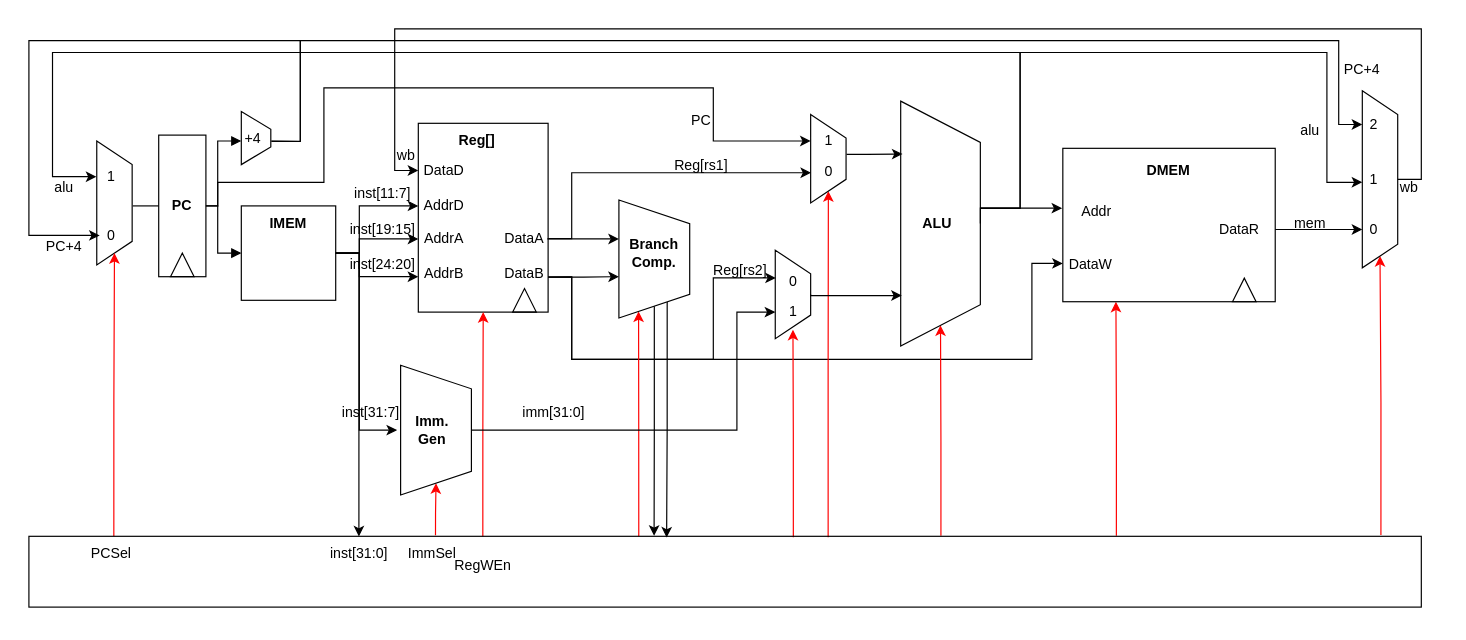
The draw.io diagram floating-point notes Diagram.drawio in Katharine-0331/files, before the edit. Source tidied: cells renumbered, new cells numbered last; positions are measured from the earlier drawing's top-left corner, leaving out a move shared by most shapes. Both pictures are drawn from the tidied source at 118%, with x=0, y=0 at pixel (28, 28).
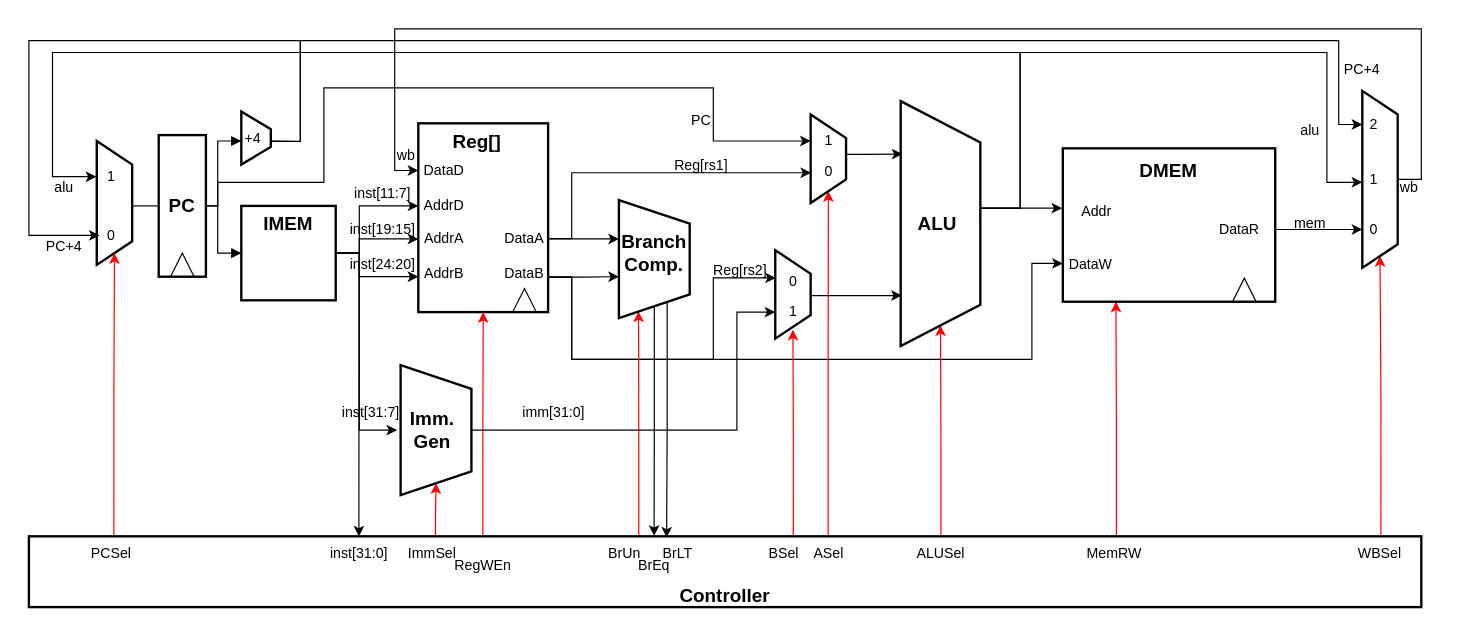
After the change.

The edit, as a diff of the source:
```diff
@@
-    <mxCell id="2" style="shape=trapezoid;perimeter=trapezoidPerimeter;whiteSpace=wrap;html=1;fixedSize=1;rotation=90;" parent="1" vertex="1">
+    <mxCell id="2" style="shape=trapezoid;perimeter=trapezoidPerimeter;whiteSpace=wrap;html=1;fixedSize=1;rotation=90;strokeWidth=2;" parent="1" vertex="1">
       <mxGeometry x="20" y="132.5" width="105" height="30" as="geometry" />
     </mxCell>
@@
-    <mxCell id="6" value="&lt;div style=&quot;direction: ltr&quot;&gt;&lt;b&gt;PC&lt;/b&gt;&lt;/div&gt;" style="rounded=0;whiteSpace=wrap;html=1;rotation=0;fillColor=none;" parent="1" vertex="1">
+    <mxCell id="6" value="&lt;div style=&quot;direction: ltr&quot;&gt;&lt;b&gt;&lt;font style=&quot;font-size: 16px&quot;&gt;PC&lt;/font&gt;&lt;/b&gt;&lt;/div&gt;" style="rounded=0;whiteSpace=wrap;html=1;rotation=0;fillColor=none;strokeWidth=2;" parent="1" vertex="1">
       <mxGeometry x="110" y="90" width="40" height="120" as="geometry" />
     </mxCell>
@@
-    <mxCell id="8" style="shape=trapezoid;perimeter=trapezoidPerimeter;whiteSpace=wrap;html=1;fixedSize=1;fillColor=none;rotation=90;size=15;" parent="1" vertex="1">
+    <mxCell id="8" style="shape=trapezoid;perimeter=trapezoidPerimeter;whiteSpace=wrap;html=1;fixedSize=1;fillColor=none;rotation=90;size=15;strokeWidth=2;" parent="1" vertex="1">
       <mxGeometry x="170" y="80" width="45" height="25" as="geometry" />
     </mxCell>
@@
-    <mxCell id="17" style="rounded=0;whiteSpace=wrap;html=1;fillColor=none;" parent="1" vertex="1">
+    <mxCell id="17" style="rounded=0;whiteSpace=wrap;html=1;fillColor=none;strokeWidth=2;" parent="1" vertex="1">
       <mxGeometry x="180" y="150" width="80" height="80" as="geometry" />
     </mxCell>
-    <mxCell id="18" value="&lt;b&gt;IMEM&lt;/b&gt;" style="text;html=1;strokeColor=none;fillColor=none;align=center;verticalAlign=middle;whiteSpace=wrap;rounded=0;" parent="1" vertex="1">
+    <mxCell id="18" value="&lt;b&gt;&lt;font style=&quot;font-size: 16px&quot;&gt;IMEM&lt;/font&gt;&lt;/b&gt;" style="text;html=1;strokeColor=none;fillColor=none;align=center;verticalAlign=middle;whiteSpace=wrap;rounded=0;" parent="1" vertex="1">
       <mxGeometry x="190" y="150" width="60" height="30" as="geometry" />
     </mxCell>
@@
-    <mxCell id="24" style="rounded=0;whiteSpace=wrap;html=1;fillColor=none;" parent="1" vertex="1">
+    <mxCell id="24" style="rounded=0;whiteSpace=wrap;html=1;fillColor=none;strokeWidth=2;" parent="1" vertex="1">
       <mxGeometry x="330" y="80" width="110" height="160" as="geometry" />
     </mxCell>
@@
-    <mxCell id="26" value="&lt;b&gt;Reg[]&lt;/b&gt;" style="text;html=1;strokeColor=none;fillColor=none;align=center;verticalAlign=middle;whiteSpace=wrap;rounded=0;" parent="1" vertex="1">
+    <mxCell id="26" value="&lt;b&gt;&lt;font style=&quot;font-size: 16px&quot;&gt;Reg[]&lt;/font&gt;&lt;/b&gt;" style="text;html=1;strokeColor=none;fillColor=none;align=center;verticalAlign=middle;whiteSpace=wrap;rounded=0;" parent="1" vertex="1">
       <mxGeometry x="350" y="80" width="60" height="30" as="geometry" />
     </mxCell>
@@
-    <mxCell id="45" style="rounded=0;whiteSpace=wrap;html=1;fillColor=none;" parent="1" vertex="1">
+    <mxCell id="45" style="rounded=0;whiteSpace=wrap;html=1;fillColor=none;strokeWidth=2;" parent="1" vertex="1">
       <mxGeometry y="430" width="1180" height="60" as="geometry" />
     </mxCell>
@@
-    <mxCell id="47" style="shape=trapezoid;perimeter=trapezoidPerimeter;whiteSpace=wrap;html=1;fixedSize=1;fillColor=none;rotation=90;" parent="1" vertex="1">
+    <mxCell id="47" style="shape=trapezoid;perimeter=trapezoidPerimeter;whiteSpace=wrap;html=1;fixedSize=1;fillColor=none;rotation=90;strokeWidth=2;" parent="1" vertex="1">
       <mxGeometry x="290" y="310" width="110" height="60" as="geometry" />
     </mxCell>
-    <mxCell id="48" value="&lt;b&gt;Imm.&lt;br&gt;Gen&lt;/b&gt;" style="text;html=1;strokeColor=none;fillColor=none;align=center;verticalAlign=middle;whiteSpace=wrap;rounded=0;" parent="1" vertex="1">
+    <mxCell id="48" value="&lt;b style=&quot;font-size: 16px&quot;&gt;Imm.&lt;br&gt;Gen&lt;/b&gt;" style="text;html=1;strokeColor=none;fillColor=none;align=center;verticalAlign=middle;whiteSpace=wrap;rounded=0;" parent="1" vertex="1">
       <mxGeometry x="312" y="325" width="60" height="30" as="geometry" />
     </mxCell>
@@
-    <mxCell id="51" style="shape=trapezoid;perimeter=trapezoidPerimeter;whiteSpace=wrap;html=1;fixedSize=1;fillColor=none;rotation=90;" parent="1" vertex="1">
+    <mxCell id="51" style="shape=trapezoid;perimeter=trapezoidPerimeter;whiteSpace=wrap;html=1;fixedSize=1;fillColor=none;rotation=90;strokeWidth=2;" parent="1" vertex="1">
       <mxGeometry x="480" y="165" width="100" height="60" as="geometry" />
     </mxCell>
-    <mxCell id="52" value="&lt;b&gt;Branch&lt;br&gt;Comp.&lt;/b&gt;" style="text;html=1;strokeColor=none;fillColor=none;align=center;verticalAlign=middle;whiteSpace=wrap;rounded=0;" parent="1" vertex="1">
+    <mxCell id="52" value="&lt;b style=&quot;font-size: 16px&quot;&gt;Branch&lt;br&gt;Comp.&lt;/b&gt;" style="text;html=1;strokeColor=none;fillColor=none;align=center;verticalAlign=middle;whiteSpace=wrap;rounded=0;" parent="1" vertex="1">
       <mxGeometry x="500" y="175" width="60" height="30" as="geometry" />
     </mxCell>
-    <mxCell id="53" style="shape=trapezoid;perimeter=trapezoidPerimeter;whiteSpace=wrap;html=1;fixedSize=1;fillColor=none;rotation=90;" parent="1" vertex="1">
+    <mxCell id="53" style="shape=trapezoid;perimeter=trapezoidPerimeter;whiteSpace=wrap;html=1;fixedSize=1;fillColor=none;rotation=90;strokeWidth=2;" parent="1" vertex="1">
       <mxGeometry x="640" y="95" width="75" height="30" as="geometry" />
     </mxCell>
-    <mxCell id="54" style="shape=trapezoid;perimeter=trapezoidPerimeter;whiteSpace=wrap;html=1;fixedSize=1;fillColor=none;rotation=90;" parent="1" vertex="1">
+    <mxCell id="54" style="shape=trapezoid;perimeter=trapezoidPerimeter;whiteSpace=wrap;html=1;fixedSize=1;fillColor=none;rotation=90;strokeWidth=2;" parent="1" vertex="1">
       <mxGeometry x="610" y="210" width="75" height="30" as="geometry" />
     </mxCell>
@@
-    <mxCell id="57" style="shape=trapezoid;perimeter=trapezoidPerimeter;whiteSpace=wrap;html=1;fixedSize=1;fillColor=none;rotation=90;size=35;" parent="1" vertex="1">
+    <mxCell id="57" style="shape=trapezoid;perimeter=trapezoidPerimeter;whiteSpace=wrap;html=1;fixedSize=1;fillColor=none;rotation=90;size=35;strokeWidth=2;" parent="1" vertex="1">
       <mxGeometry x="668.8" y="131.2" width="207.5" height="67.5" as="geometry" />
     </mxCell>
@@
-    <mxCell id="65" value="&lt;b&gt;ALU&lt;/b&gt;" style="text;html=1;strokeColor=none;fillColor=none;align=center;verticalAlign=middle;whiteSpace=wrap;rounded=0;" parent="1" vertex="1">
+    <mxCell id="65" value="&lt;b&gt;&lt;font style=&quot;font-size: 16px&quot;&gt;ALU&lt;/font&gt;&lt;/b&gt;" style="text;html=1;strokeColor=none;fillColor=none;align=center;verticalAlign=middle;whiteSpace=wrap;rounded=0;" parent="1" vertex="1">
       <mxGeometry x="740" y="150" width="60" height="30" as="geometry" />
     </mxCell>
-    <mxCell id="66" style="rounded=0;whiteSpace=wrap;html=1;fillColor=none;" parent="1" vertex="1">
+    <mxCell id="66" style="rounded=0;whiteSpace=wrap;html=1;fillColor=none;strokeWidth=2;" parent="1" vertex="1">
       <mxGeometry x="876.2" y="101.2" width="180" height="130" as="geometry" />
     </mxCell>
-    <mxCell id="67" value="&lt;b&gt;DMEM&lt;/b&gt;" style="text;html=1;strokeColor=none;fillColor=none;align=center;verticalAlign=middle;whiteSpace=wrap;rounded=0;" parent="1" vertex="1">
+    <mxCell id="67" value="&lt;b&gt;&lt;font style=&quot;font-size: 16px&quot;&gt;DMEM&lt;/font&gt;&lt;/b&gt;" style="text;html=1;strokeColor=none;fillColor=none;align=center;verticalAlign=middle;whiteSpace=wrap;rounded=0;" parent="1" vertex="1">
       <mxGeometry x="936.2" y="105" width="60" height="30" as="geometry" />
     </mxCell>
@@
-    <mxCell id="69" style="shape=trapezoid;perimeter=trapezoidPerimeter;whiteSpace=wrap;html=1;fixedSize=1;fillColor=none;rotation=90;" parent="1" vertex="1">
+    <mxCell id="69" style="shape=trapezoid;perimeter=trapezoidPerimeter;whiteSpace=wrap;html=1;fixedSize=1;fillColor=none;rotation=90;strokeWidth=2;" parent="1" vertex="1">
       <mxGeometry x="1070" y="112.5" width="150" height="30" as="geometry" />
     </mxCell>
@@
+    <mxCell id="97" value="BrUn" style="text;html=1;strokeColor=none;fillColor=none;align=center;verticalAlign=middle;whiteSpace=wrap;rounded=0;" parent="1" vertex="1">
+      <mxGeometry x="475" y="430" width="60" height="30" as="geometry" />
+    </mxCell>
+    <mxCell id="98" value="BrEq" style="text;html=1;strokeColor=none;fillColor=none;align=center;verticalAlign=middle;whiteSpace=wrap;rounded=0;" parent="1" vertex="1">
+      <mxGeometry x="500" y="440" width="60" height="30" as="geometry" />
+    </mxCell>
+    <mxCell id="99" value="BrLT" style="text;html=1;strokeColor=none;fillColor=none;align=center;verticalAlign=middle;whiteSpace=wrap;rounded=0;" parent="1" vertex="1">
+      <mxGeometry x="520" y="430" width="60" height="30" as="geometry" />
+    </mxCell>
+    <mxCell id="100" value="BSel" style="text;html=1;strokeColor=none;fillColor=none;align=center;verticalAlign=middle;whiteSpace=wrap;rounded=0;" parent="1" vertex="1">
+      <mxGeometry x="610" y="430" width="60" height="30" as="geometry" />
+    </mxCell>
+    <mxCell id="101" value="ASel" style="text;html=1;strokeColor=none;fillColor=none;align=center;verticalAlign=middle;whiteSpace=wrap;rounded=0;" parent="1" vertex="1">
+      <mxGeometry x="647.5" y="430" width="60" height="30" as="geometry" />
+    </mxCell>
+    <mxCell id="102" value="ALUSel" style="text;html=1;strokeColor=none;fillColor=none;align=center;verticalAlign=middle;whiteSpace=wrap;rounded=0;" parent="1" vertex="1">
+      <mxGeometry x="742.5" y="430" width="60" height="30" as="geometry" />
+    </mxCell>
+    <mxCell id="103" value="MemRW" style="text;html=1;strokeColor=none;fillColor=none;align=center;verticalAlign=middle;whiteSpace=wrap;rounded=0;" parent="1" vertex="1">
+      <mxGeometry x="890" y="430" width="60" height="30" as="geometry" />
+    </mxCell>
+    <mxCell id="104" value="WBSel" style="text;html=1;strokeColor=none;fillColor=none;align=center;verticalAlign=middle;whiteSpace=wrap;rounded=0;" parent="1" vertex="1">
+      <mxGeometry x="1115" y="430" width="60" height="30" as="geometry" />
+    </mxCell>
+    <mxCell id="105" value="&lt;b&gt;&lt;font style=&quot;font-size: 16px&quot;&gt;Controller&lt;/font&gt;&lt;/b&gt;" style="text;html=1;strokeColor=none;fillColor=none;align=center;verticalAlign=middle;whiteSpace=wrap;rounded=0;" parent="1" vertex="1">
+      <mxGeometry x="560" y="460" width="60" height="40" as="geometry" />
+    </mxCell>
```
